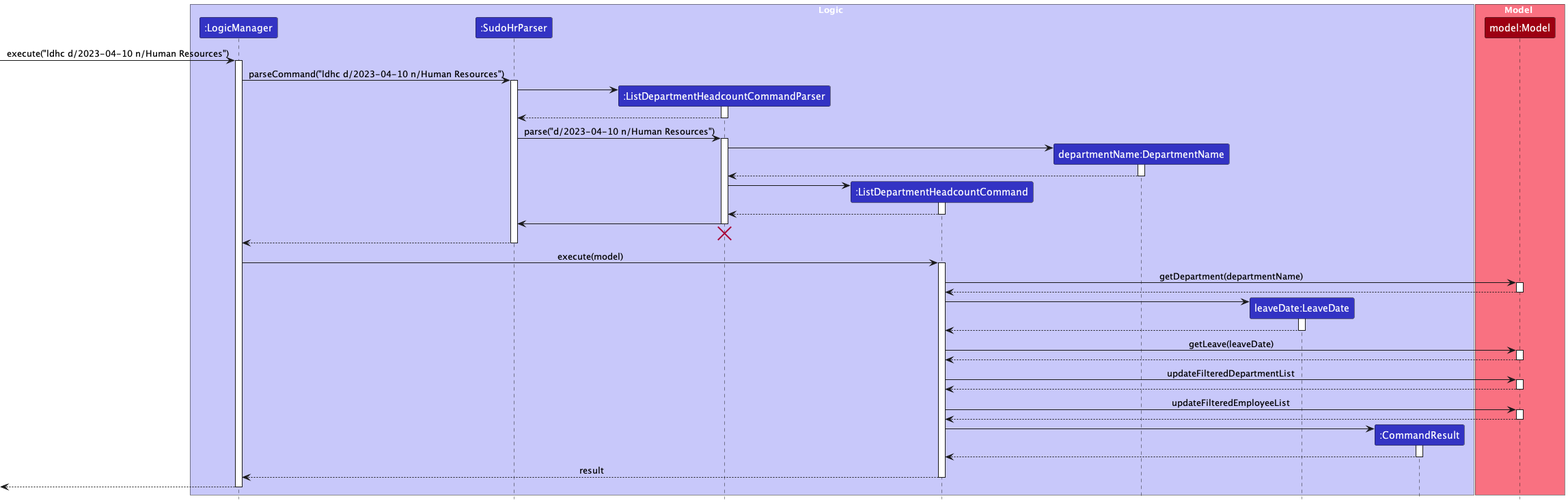
The PlantUML diagram docs/images/commands/department/ListDepartmentHeadcountSequenceDiagram.png in nus-cs2103-AY2223S2/tp, before a commit.
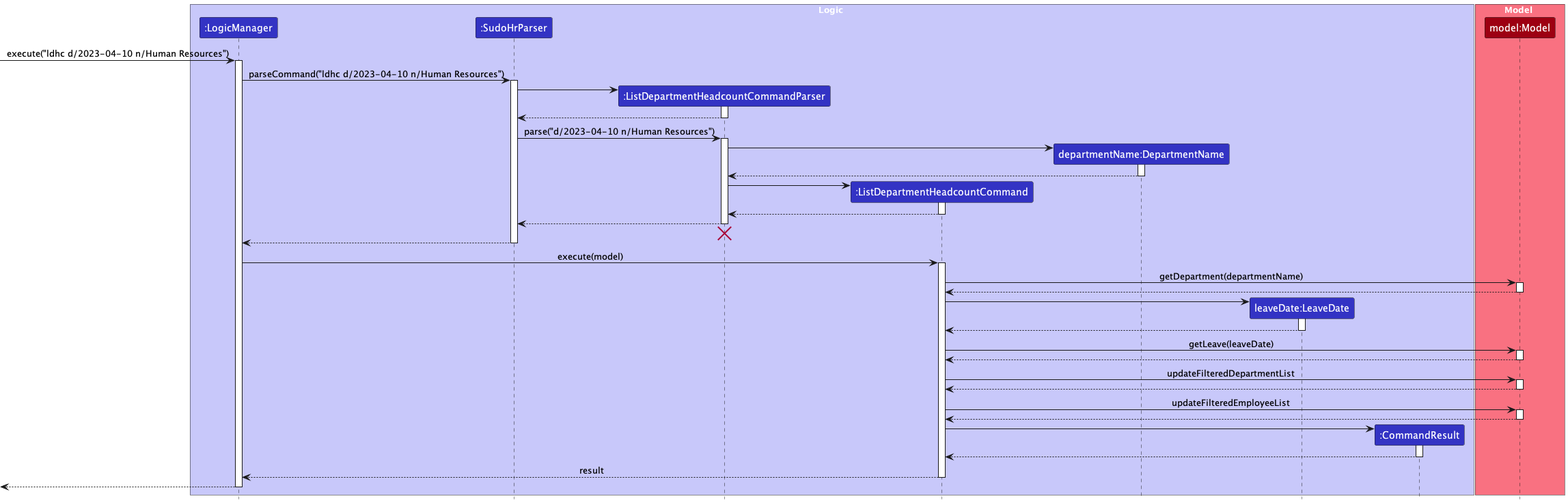
Above is the later version.

Commit message:
Fix dotted line

What changed in the source:
```diff
@@ -45,7 +45,7 @@
 ListDepartmentHeadcountCommand --> ListDepartmentHeadcountCommandParser
 deactivate ListDepartmentHeadcountCommand
 
-ListDepartmentHeadcountCommandParser -> SudoHrParser
+ListDepartmentHeadcountCommandParser --> SudoHrParser
 deactivate ListDepartmentHeadcountCommandParser
 
 ListDepartmentHeadcountCommandParser -[hidden]-> SudoHrParser
```
